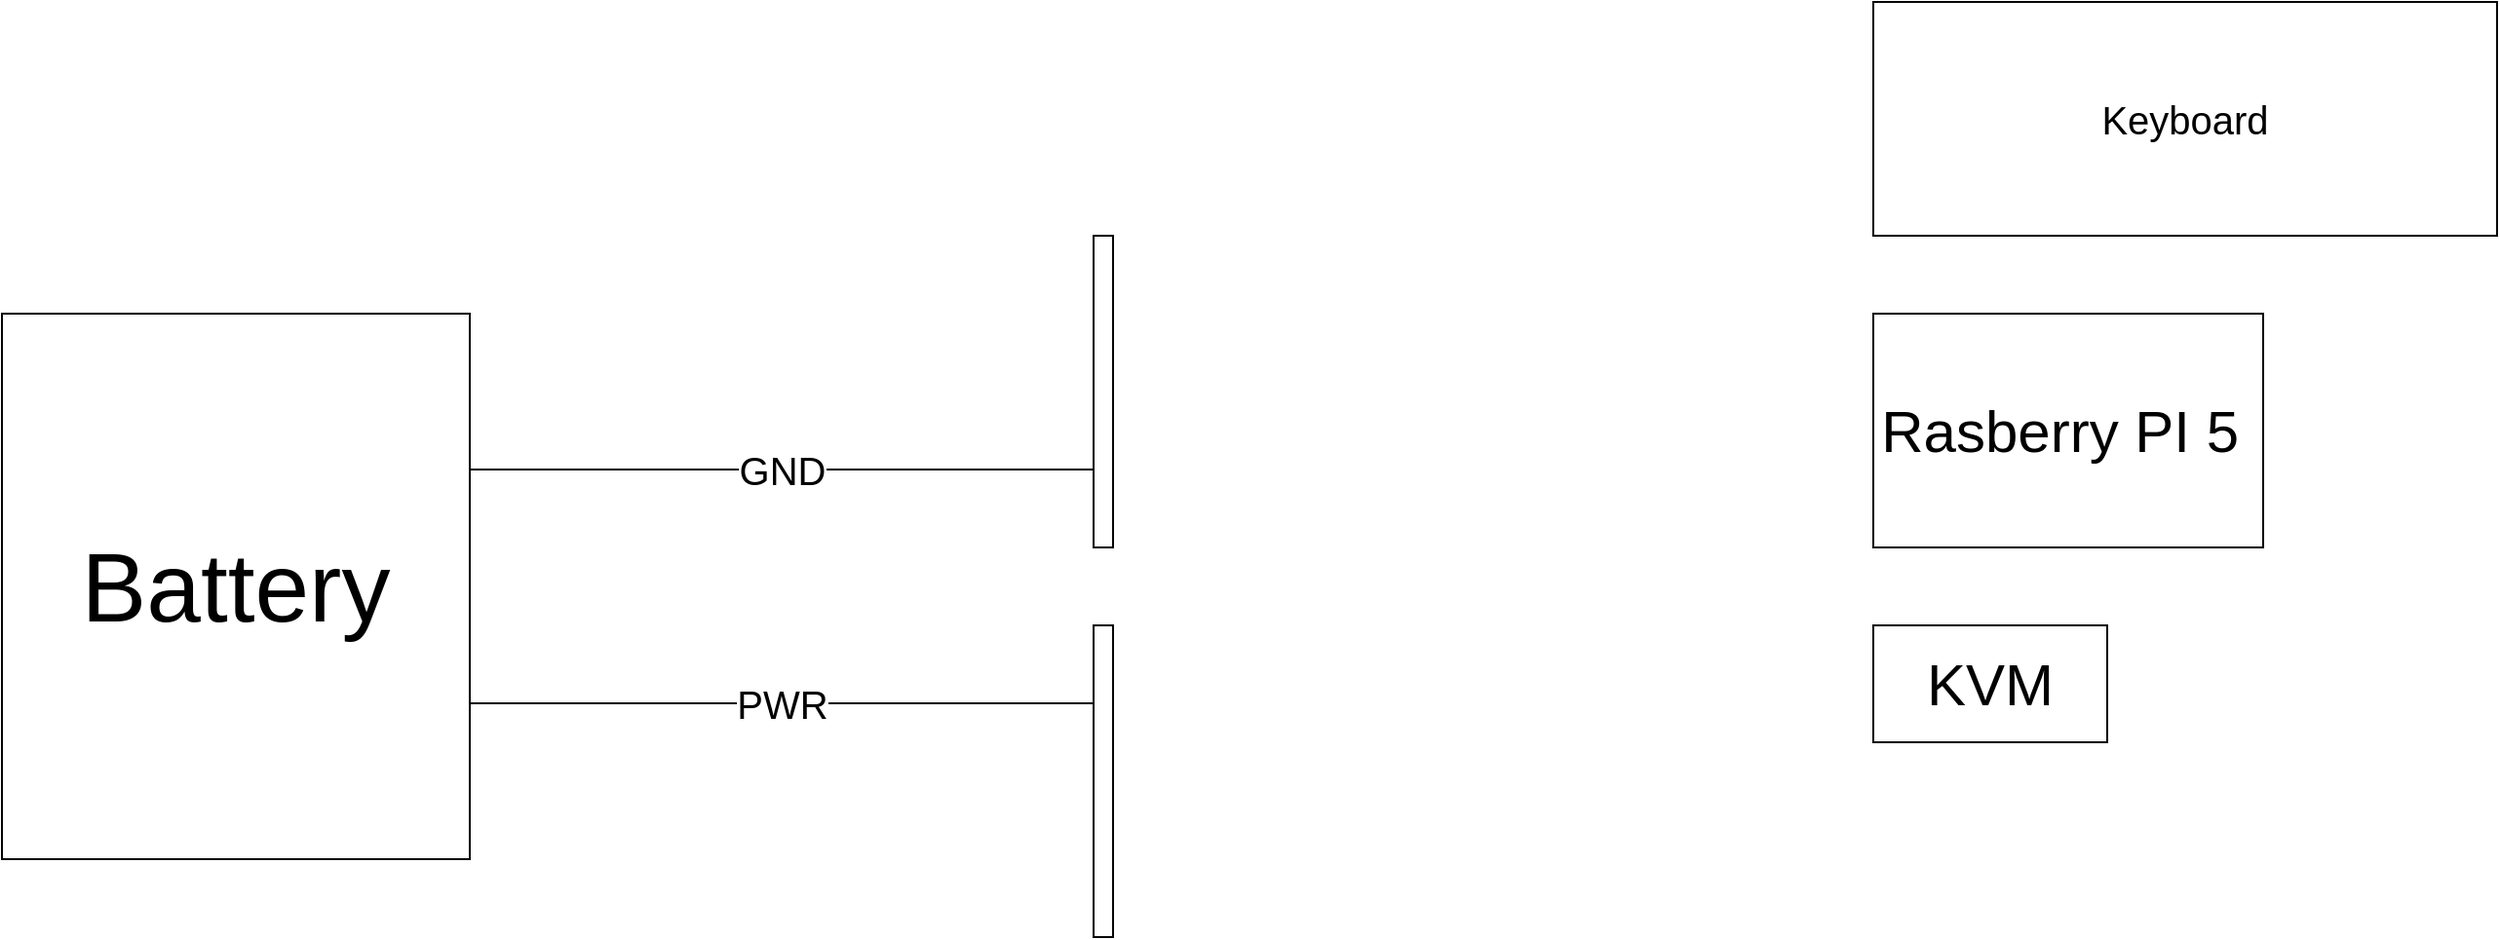
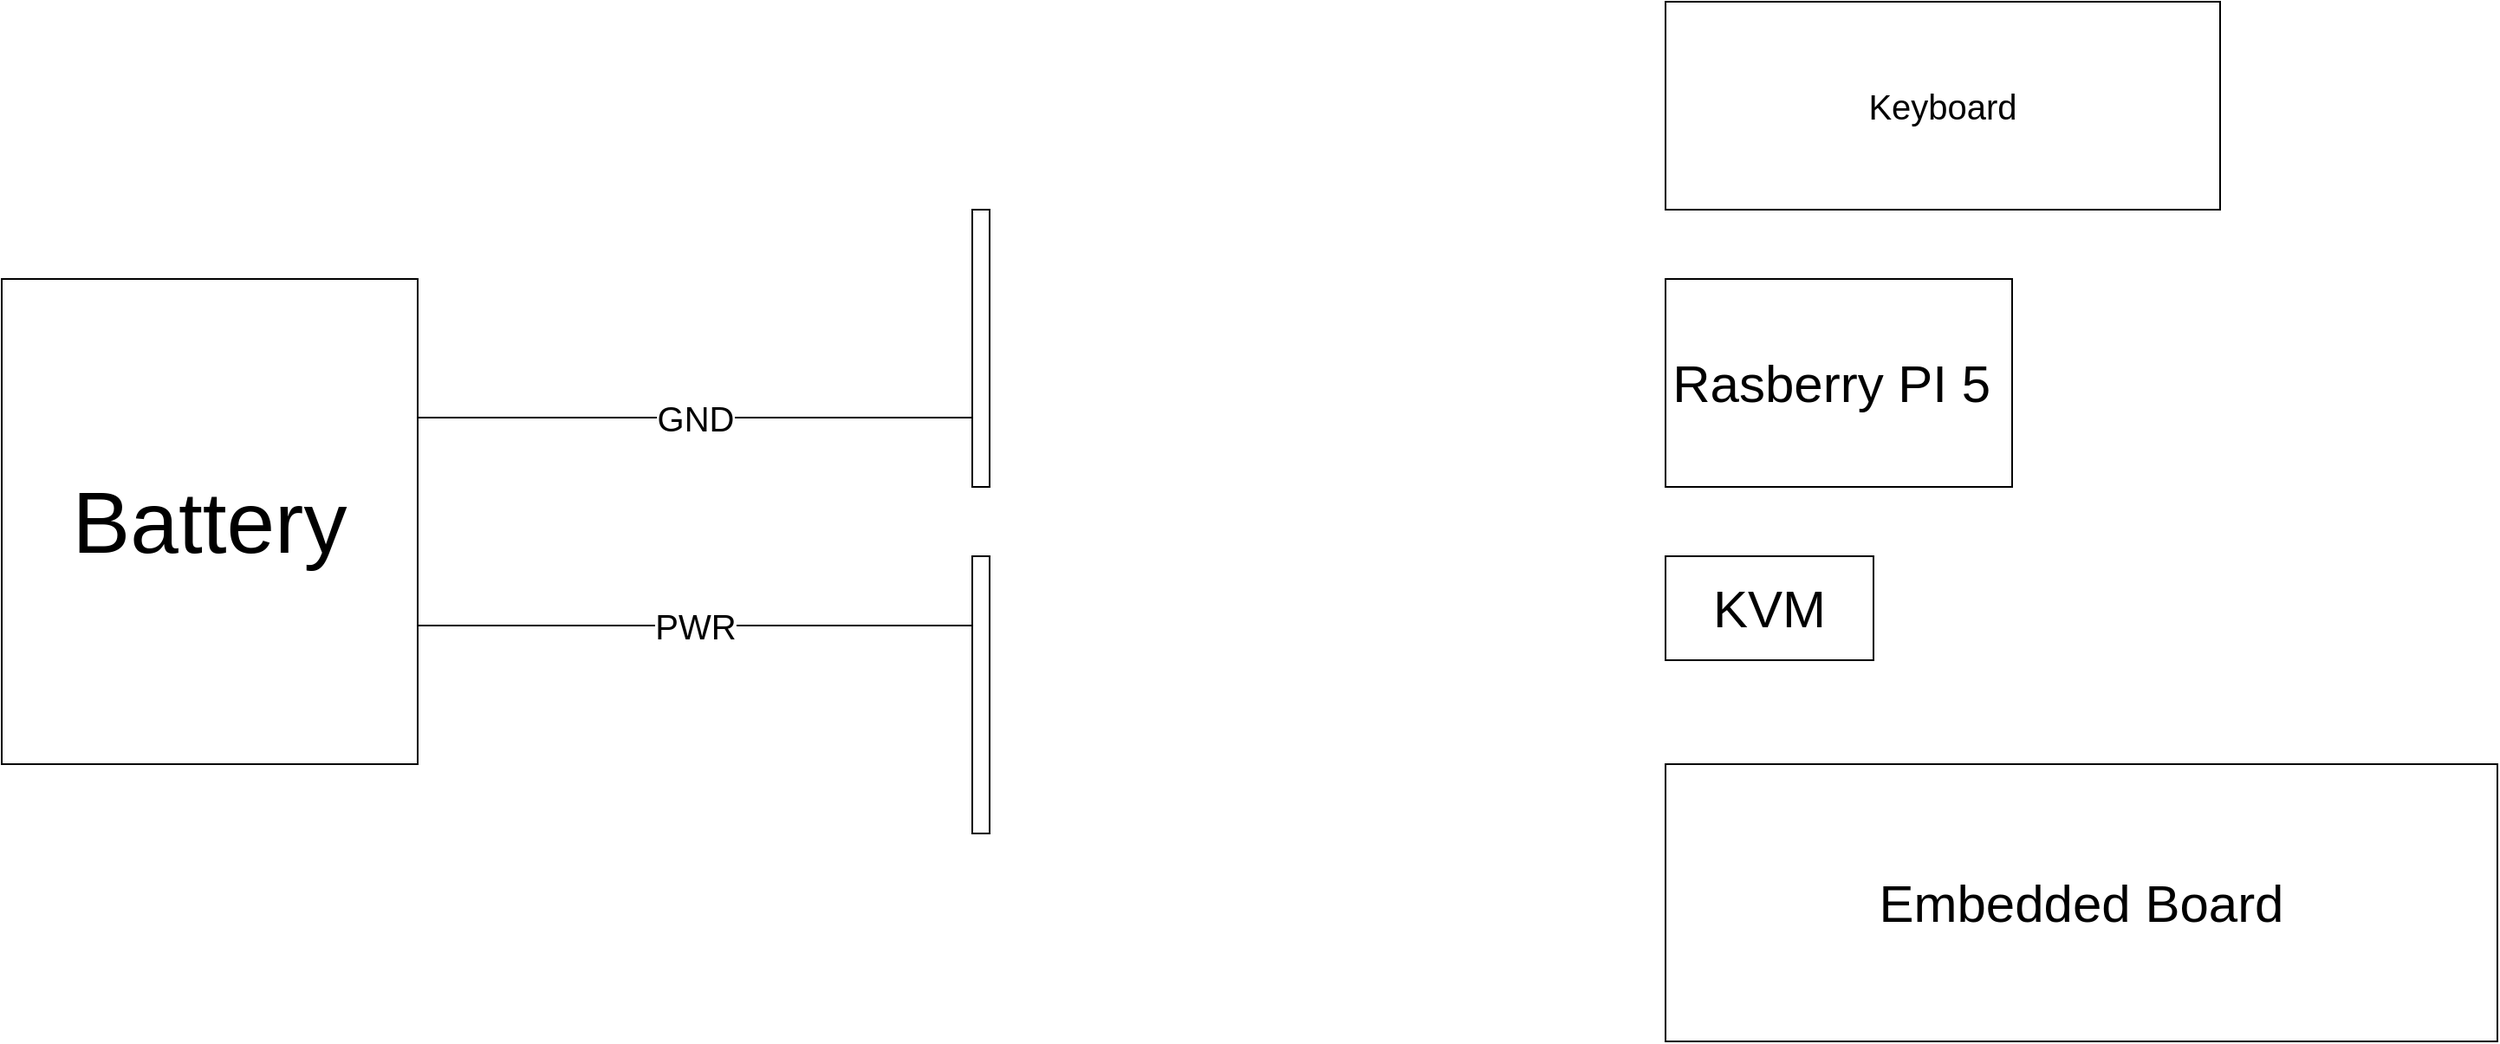
<mxfile host="app.diagrams.net">
  <diagram name="Page-1" id="-A7zwxtQQ4c7CkvIr7jm">
    <mxGraphModel dx="1490" dy="932" grid="1" gridSize="10" guides="1" tooltips="1" connect="1" arrows="1" fold="1" page="1" pageScale="1" pageWidth="3300" pageHeight="2339" math="0" shadow="0">
      <root>
        <mxCell id="0" />
        <mxCell id="1" parent="0" />
        <mxCell id="-z_A7mw_hyHojzm8xq02-5" parent="1" style="rounded=0;whiteSpace=wrap;html=1;" value="&lt;font style=&quot;font-size: 50px;&quot;&gt;Battery&lt;/font&gt;" vertex="1">
          <mxGeometry height="280" width="240" x="1120" y="920" as="geometry" />
        </mxCell>
        <mxCell id="-z_A7mw_hyHojzm8xq02-14" edge="1" parent="1" style="endArrow=none;html=1;rounded=0;" value="&lt;font style=&quot;font-size: 20px;&quot;&gt;PWR&lt;/font&gt;">
          <mxGeometry height="50" relative="1" width="50" as="geometry">
            <mxPoint x="1360" y="1120" as="sourcePoint" />
            <mxPoint x="1680" y="1120" as="targetPoint" />
          </mxGeometry>
        </mxCell>
        <mxCell id="-z_A7mw_hyHojzm8xq02-16" edge="1" parent="1" style="endArrow=none;html=1;rounded=0;" value="&lt;font style=&quot;font-size: 20px;&quot;&gt;GND&lt;/font&gt;">
          <mxGeometry height="50" relative="1" width="50" as="geometry">
            <mxPoint x="1360" y="1000" as="sourcePoint" />
            <mxPoint x="1680" y="1000" as="targetPoint" />
          </mxGeometry>
        </mxCell>
        <mxCell id="-z_A7mw_hyHojzm8xq02-18" parent="1" style="rounded=0;whiteSpace=wrap;html=1;" value="" vertex="1">
          <mxGeometry height="160" width="10" x="1680" y="1080" as="geometry" />
        </mxCell>
        <mxCell id="-z_A7mw_hyHojzm8xq02-20" parent="1" style="rounded=0;whiteSpace=wrap;html=1;" value="" vertex="1">
          <mxGeometry height="160" width="10" x="1680" y="880" as="geometry" />
        </mxCell>
        <mxCell id="-z_A7mw_hyHojzm8xq02-23" parent="1" style="rounded=0;whiteSpace=wrap;html=1;" value="&lt;font style=&quot;font-size: 20px;&quot;&gt;Keyboard&lt;/font&gt;" vertex="1">
          <mxGeometry height="120" width="320" x="2080" y="760" as="geometry" />
        </mxCell>
        <mxCell id="-z_A7mw_hyHojzm8xq02-25" parent="1" style="rounded=0;whiteSpace=wrap;html=1;" value="&lt;font style=&quot;font-size: 30px;&quot;&gt;Rasberry PI 5&amp;nbsp;&lt;/font&gt;" vertex="1">
          <mxGeometry height="120" width="200" x="2080" y="920" as="geometry" />
        </mxCell>
        <mxCell id="-z_A7mw_hyHojzm8xq02-26" parent="1" style="rounded=0;whiteSpace=wrap;html=1;" value="&lt;font style=&quot;font-size: 30px;&quot;&gt;KVM&lt;/font&gt;" vertex="1">
          <mxGeometry height="60" width="120" x="2080" y="1080" as="geometry" />
        </mxCell>
+         <mxCell id="-z_A7mw_hyHojzm8xq02-27" parent="1" style="rounded=0;whiteSpace=wrap;html=1;" value="&lt;font style=&quot;font-size: 30px;&quot;&gt;Embedded Board&lt;/font&gt;" vertex="1">
+           <mxGeometry height="160" width="480" x="2080" y="1200" as="geometry" />
+         </mxCell>
      </root>
    </mxGraphModel>
  </diagram>
</mxfile>
